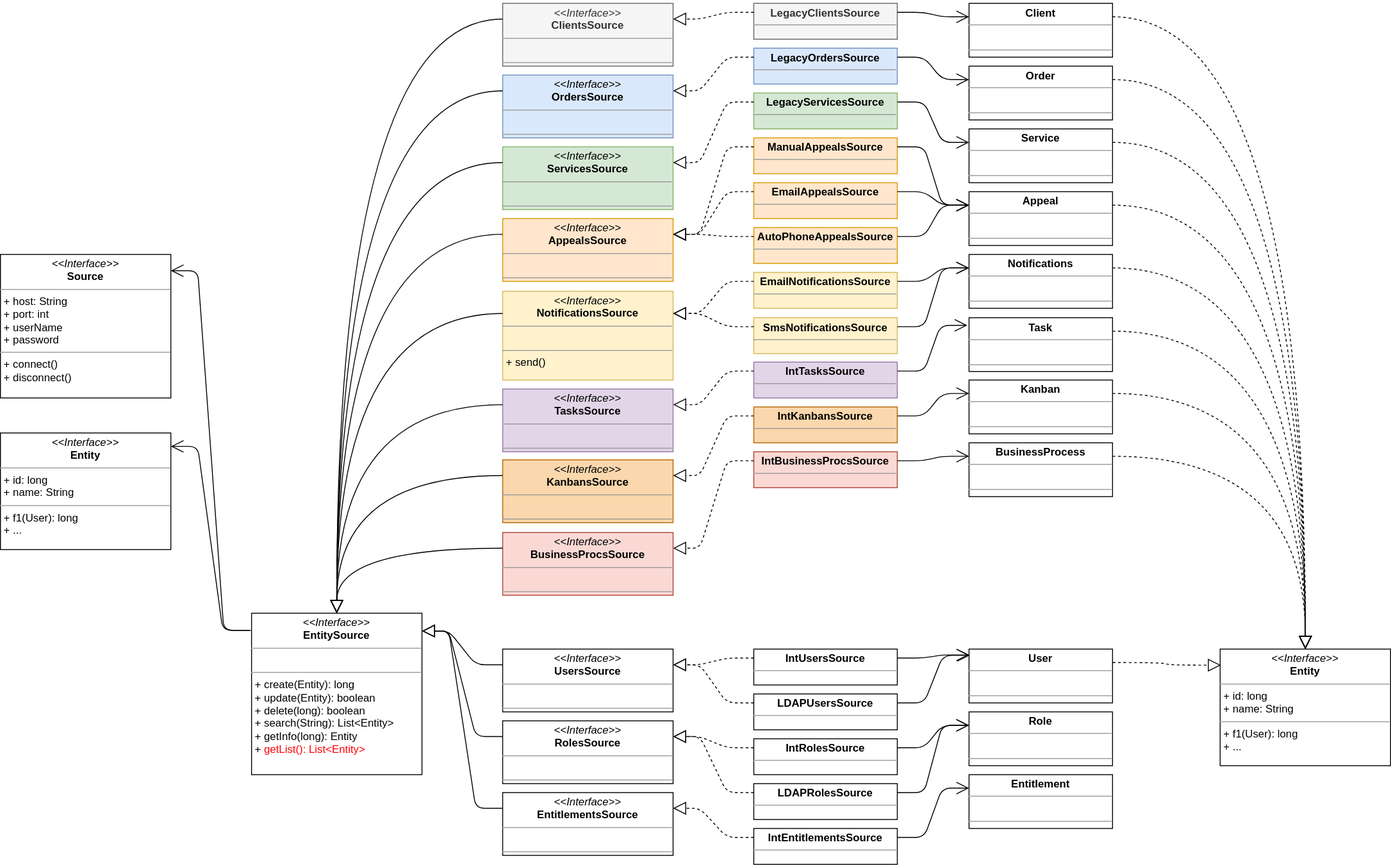
Earlier version of the draw.io export ClassDiagram.svg (LordOfPhys/project_x). Source tidied: cells renumbered, new cells last; positions are measured from the earlier drawing's top-left corner, leaving out a move shared by most shapes.
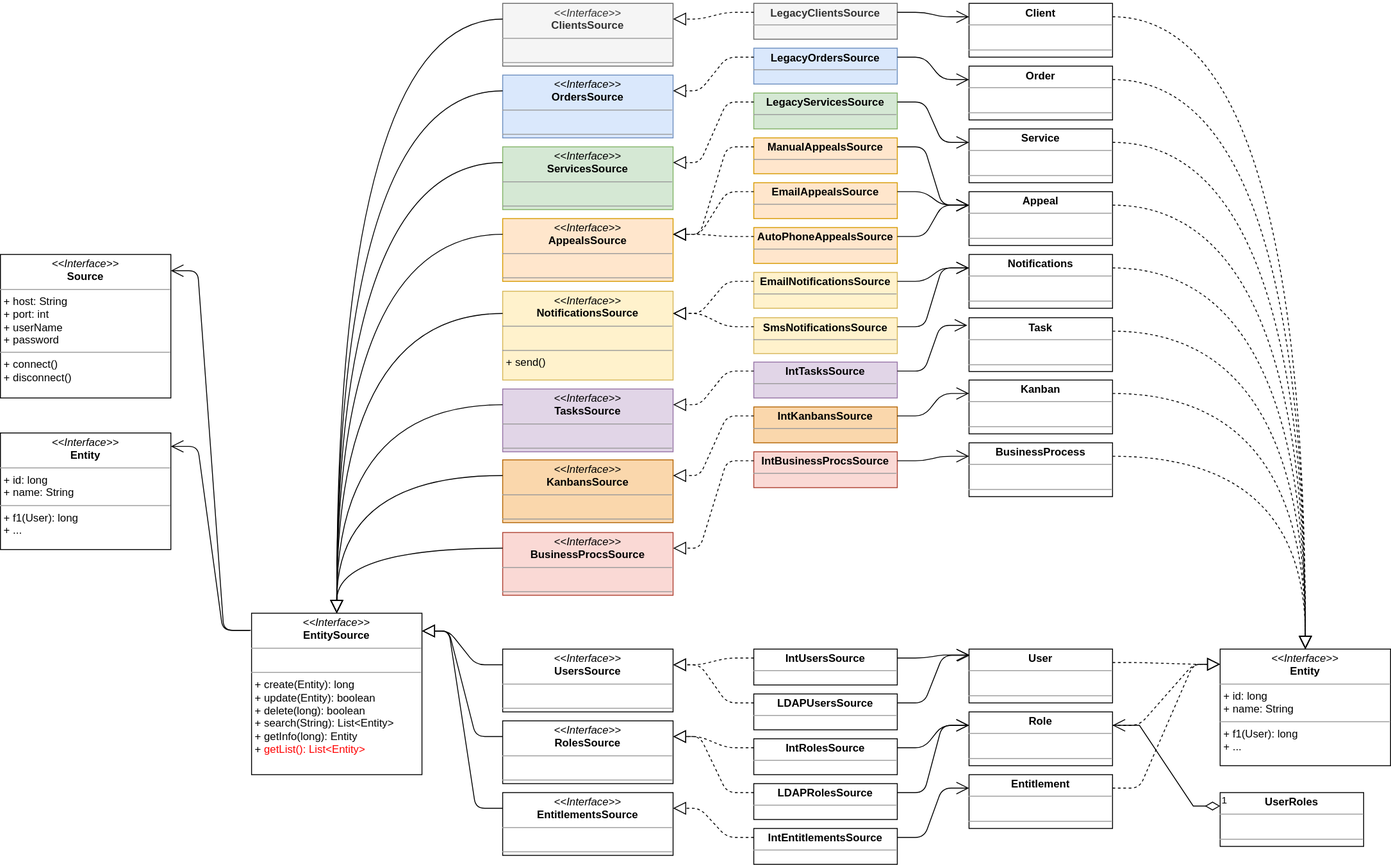
Later version of the same file.

What changed in the source:
```diff
@@ -77,7 +77,7 @@
     <mxCell id="26" style="endArrow=open;endFill=1;endSize=12;html=1;exitX=1;exitY=0.25;exitDx=0;exitDy=0;edgeStyle=entityRelationEdgeStyle;entryX=0;entryY=0.25;entryDx=0;entryDy=0;" parent="1" edge="1" source="22" target="25">
       <mxGeometry relative="1" as="geometry" />
     </mxCell>
-    <mxCell id="27" value="&lt;p style=&quot;margin: 0px ; margin-top: 4px ; text-align: center&quot;&gt;&lt;i&gt;&amp;lt;&amp;lt;Interface&amp;gt;&amp;gt;&lt;/i&gt;&lt;br&gt;&lt;b&gt;Entity&lt;/b&gt;&lt;/p&gt;&lt;hr size=&quot;1&quot;&gt;&lt;p style=&quot;margin: 0px ; margin-left: 4px&quot;&gt;+ id: long&lt;/p&gt;&lt;p style=&quot;margin: 0px ; margin-left: 4px&quot;&gt;+ name: String&lt;/p&gt;&lt;hr size=&quot;1&quot;&gt;&lt;p style=&quot;margin: 0px ; margin-left: 4px&quot;&gt;&lt;span&gt;+ f1(User): long&lt;/span&gt;&lt;br&gt;&lt;/p&gt;&lt;p style=&quot;margin: 0px ; margin-left: 4px&quot;&gt;+ ...&lt;/p&gt;&lt;p style=&quot;margin: 0px ; margin-left: 4px&quot;&gt;&lt;br&gt;&lt;/p&gt;&lt;p style=&quot;margin: 0px ; margin-left: 4px&quot;&gt;&lt;br&gt;&lt;/p&gt;" style="verticalAlign=top;align=left;overflow=fill;fontSize=12;fontFamily=Helvetica;html=1;" parent="1" vertex="1">
+    <mxCell id="27" value="&lt;p style=&quot;margin: 0px ; margin-top: 4px ; text-align: center&quot;&gt;&lt;i&gt;&amp;lt;&amp;lt;Interface&amp;gt;&amp;gt;&lt;/i&gt;&lt;br&gt;&lt;b&gt;Entity&lt;/b&gt;&lt;/p&gt;&lt;hr size=&quot;1&quot;&gt;&lt;p style=&quot;margin: 0px ; margin-left: 4px&quot;&gt;+ id: long&lt;/p&gt;&lt;p style=&quot;margin: 0px ; margin-left: 4px&quot;&gt;+ name: String&lt;/p&gt;&lt;hr size=&quot;1&quot;&gt;&lt;p style=&quot;margin: 0px ; margin-left: 4px&quot;&gt;&lt;span&gt;+ f1(User): long&lt;/span&gt;&lt;br&gt;&lt;/p&gt;&lt;p style=&quot;margin: 0px ; margin-left: 4px&quot;&gt;+ ...&lt;/p&gt;&lt;p style=&quot;margin: 0px ; margin-left: 4px&quot;&gt;&lt;br&gt;&lt;/p&gt;&lt;p style=&quot;margin: 0px ; margin-left: 4px&quot;&gt;&lt;br&gt;&lt;/p&gt;" style="verticalAlign=top;align=left;overflow=fill;fontSize=12;fontFamily=Helvetica;html=1;points=[[0,0,0,0,0],[0,0.13,0,0,0],[0,0.25,0,0,0],[0,0.5,0,0,0],[0,0.75,0,0,0],[0,1,0,0,0],[0.25,0,0,0,0],[0.25,1,0,0,0],[0.5,0,0,0,0],[0.5,1,0,0,0],[0.75,0,0,0,0],[0.75,1,0,0,0],[1,0,0,0,0],[1,0.25,0,0,0],[1,0.5,0,0,0],[1,0.75,0,0,0],[1,1,0,0,0]];" parent="1" vertex="1">
       <mxGeometry x="1360" y="720" width="190" height="130" as="geometry" />
     </mxCell>
     <mxCell id="28" style="endArrow=block;dashed=1;endFill=0;endSize=12;html=1;entryX=0.5;entryY=0;entryDx=0;entryDy=0;exitX=1;exitY=0.25;exitDx=0;exitDy=0;edgeStyle=orthogonalEdgeStyle;curved=1;" parent="1" edge="1" source="10" target="27">
@@ -239,7 +239,7 @@
     <mxCell id="80" style="endArrow=open;endFill=1;endSize=12;html=1;exitX=1;exitY=0.25;exitDx=0;exitDy=0;edgeStyle=entityRelationEdgeStyle;entryX=0.006;entryY=0.117;entryDx=0;entryDy=0;entryPerimeter=0;" parent="1" edge="1" source="4" target="9">
       <mxGeometry relative="1" as="geometry" />
     </mxCell>
-    <mxCell id="81" style="endArrow=block;dashed=1;endFill=0;endSize=12;html=1;entryX=0.005;entryY=0.138;entryDx=0;entryDy=0;exitX=1;exitY=0.25;exitDx=0;exitDy=0;edgeStyle=orthogonalEdgeStyle;curved=1;entryPerimeter=0;" parent="1" edge="1" source="9" target="27">
+    <mxCell id="81" style="endArrow=block;dashed=1;endFill=0;endSize=12;html=1;exitX=1;exitY=0.25;exitDx=0;exitDy=0;edgeStyle=entityRelationEdgeStyle;entryX=0;entryY=0.13;entryDx=0;entryDy=0;entryPerimeter=0;" parent="1" edge="1" source="9" target="27">
       <mxGeometry relative="1" as="geometry" />
     </mxCell>
     <mxCell id="82" style="endArrow=block;endFill=0;endSize=12;html=1;edgeStyle=entityRelationEdgeStyle;exitX=0;exitY=0.25;exitDx=0;exitDy=0;entryX=1;entryY=0.11;entryDx=0;entryDy=0;entryPerimeter=0;" parent="1" edge="1" source="2" target="13">
@@ -290,5 +290,17 @@
     <mxCell id="97" style="endArrow=open;endFill=1;endSize=12;html=1;exitX=1;exitY=0.25;exitDx=0;exitDy=0;edgeStyle=entityRelationEdgeStyle;entryX=0;entryY=0.25;entryDx=0;entryDy=0;" parent="1" edge="1" source="91" target="96">
       <mxGeometry relative="1" as="geometry" />
     </mxCell>
+    <mxCell id="98" style="endArrow=block;dashed=1;endFill=0;endSize=12;html=1;exitX=1;exitY=0.25;exitDx=0;exitDy=0;edgeStyle=entityRelationEdgeStyle;entryX=0;entryY=0.13;entryDx=0;entryDy=0;entryPerimeter=0;" parent="1" edge="1" source="93" target="27">
+      <mxGeometry relative="1" as="geometry" />
+    </mxCell>
+    <mxCell id="99" style="endArrow=block;dashed=1;endFill=0;endSize=12;html=1;exitX=1;exitY=0.25;exitDx=0;exitDy=0;edgeStyle=entityRelationEdgeStyle;entryX=0;entryY=0.13;entryDx=0;entryDy=0;entryPerimeter=0;" parent="1" edge="1" source="96" target="27">
+      <mxGeometry relative="1" as="geometry" />
+    </mxCell>
+    <mxCell id="100" value="&lt;p style=&quot;margin: 0px ; margin-top: 4px ; text-align: center&quot;&gt;&lt;b&gt;UserRoles&lt;/b&gt;&lt;/p&gt;&lt;hr size=&quot;1&quot;&gt;&lt;p style=&quot;margin: 0px ; margin-left: 4px&quot;&gt;&lt;br&gt;&lt;/p&gt;&lt;hr size=&quot;1&quot;&gt;&lt;p style=&quot;margin: 0px ; margin-left: 4px&quot;&gt;&lt;br&gt;&lt;/p&gt;" style="verticalAlign=top;align=left;overflow=fill;fontSize=12;fontFamily=Helvetica;html=1;" parent="1" vertex="1">
+      <mxGeometry x="1360" y="880" width="160" height="60" as="geometry" />
+    </mxCell>
+    <mxCell id="101" value="1" style="endArrow=open;html=1;endSize=12;startArrow=diamondThin;startSize=14;startFill=0;edgeStyle=entityRelationEdgeStyle;align=left;verticalAlign=bottom;rounded=0;exitX=0;exitY=0.25;exitDx=0;exitDy=0;entryX=1;entryY=0.25;entryDx=0;entryDy=0;" parent="1" edge="1" source="100" target="93">
+      <mxGeometry x="-1" y="3" relative="1" as="geometry" />
+    </mxCell>
   </root>
 </mxGraphModel>
```
